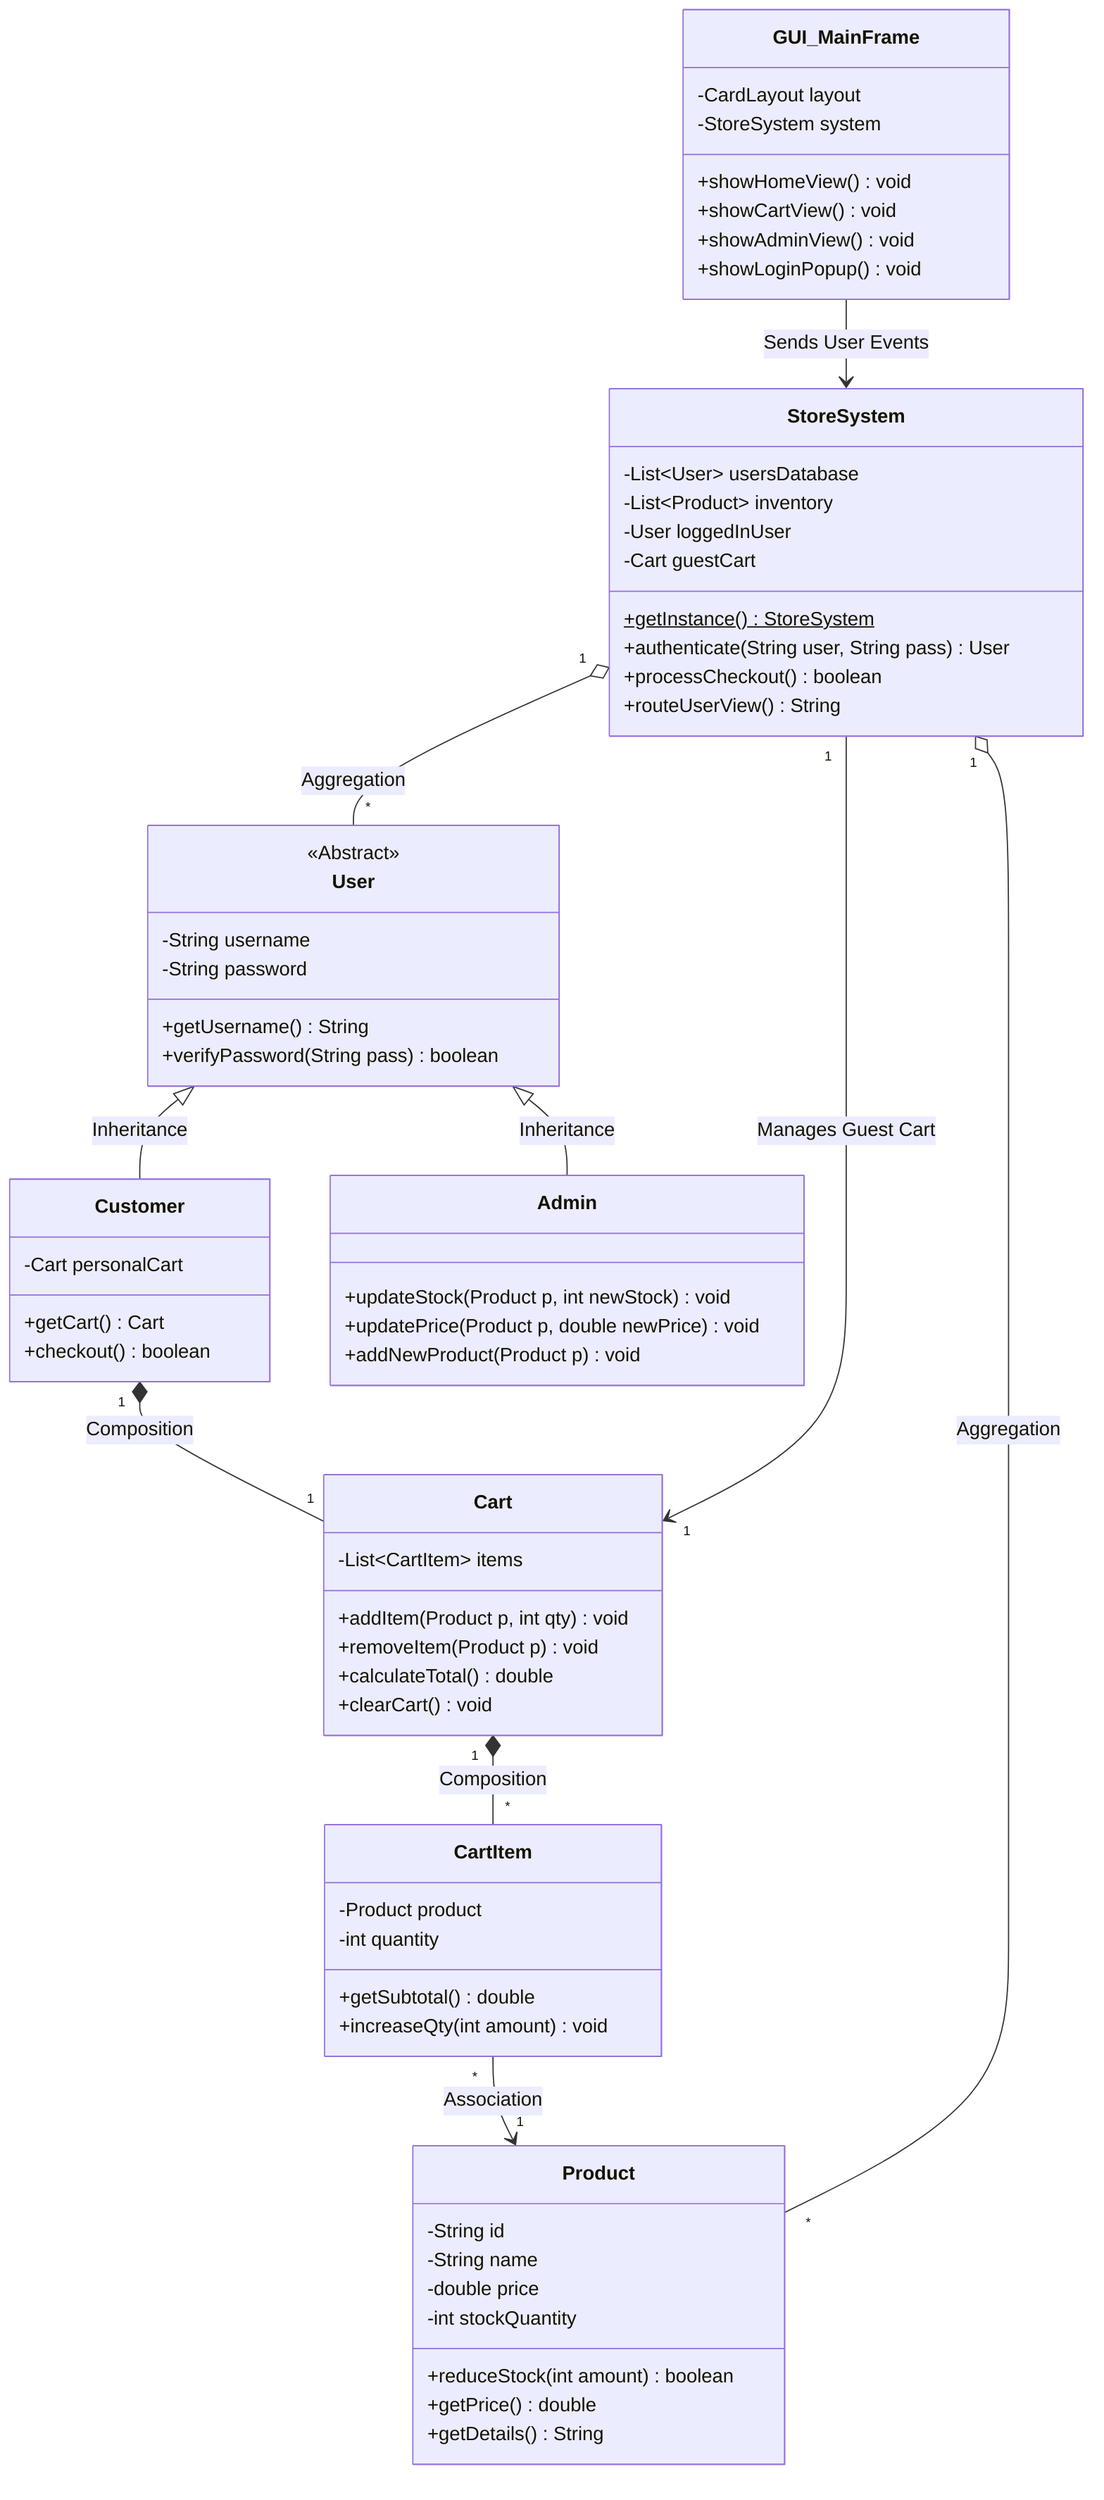
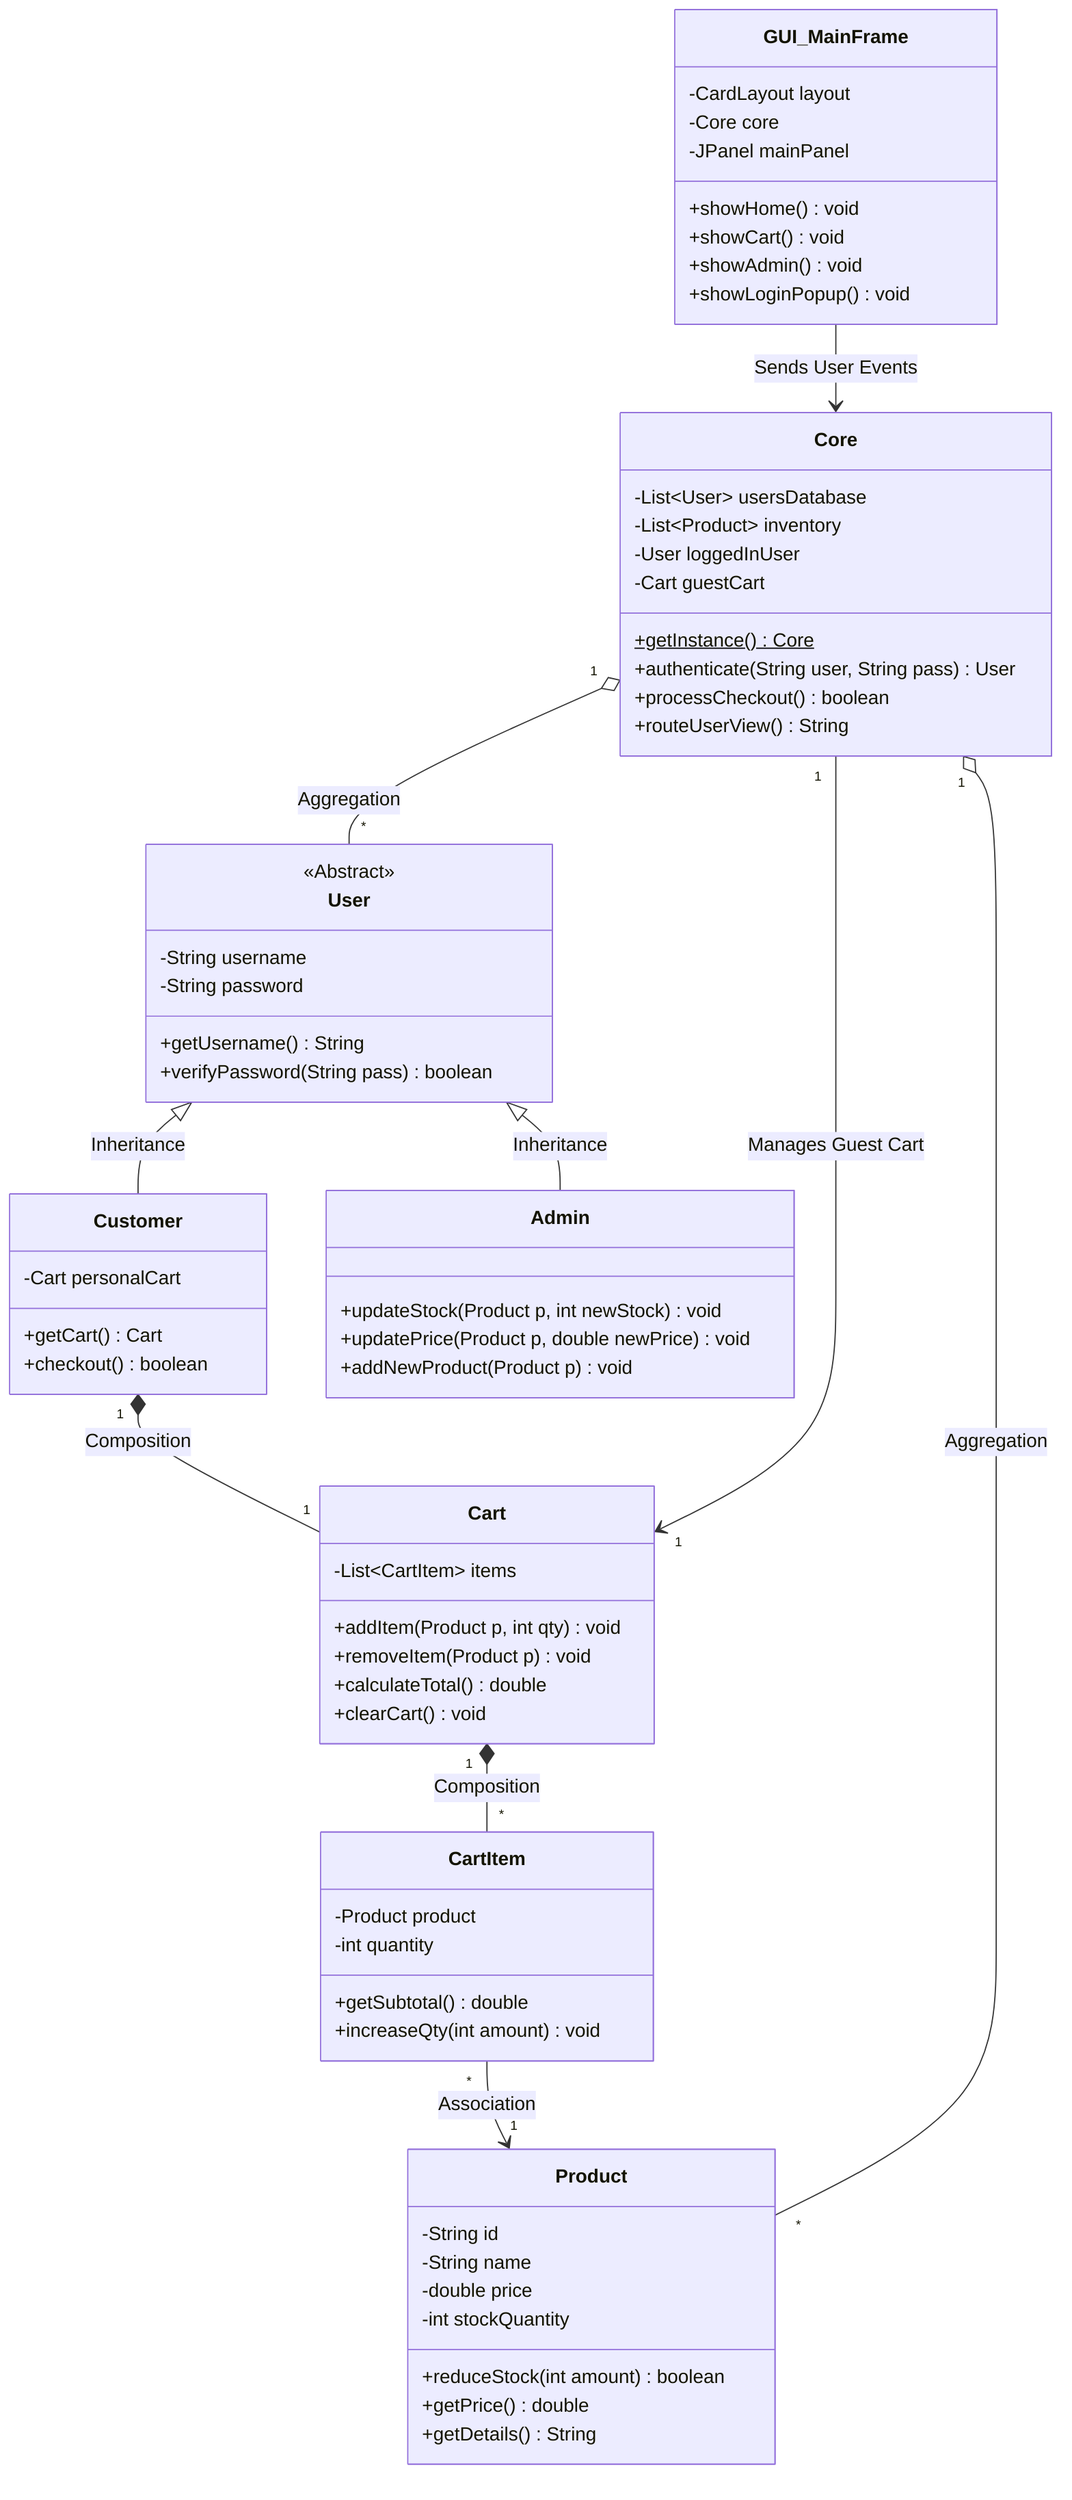
classDiagram
    %% Relationships & Connectors
    User <|-- Customer : Inheritance
    User <|-- Admin : Inheritance

    Customer "1" *-- "1" Cart : Composition
    Cart "1" *-- "*" CartItem : Composition
    CartItem "*" --> "1" Product : Association

-     StoreSystem "1" o-- "*" User : Aggregation
-     StoreSystem "1" o-- "*" Product : Aggregation
-     StoreSystem "1" --> "1" Cart : Manages Guest Cart
+     Core "1" o-- "*" User : Aggregation
+     Core "1" o-- "*" Product : Aggregation
+     Core "1" --> "1" Cart : Manages Guest Cart

    %% Base User Class
    class User {
        <<Abstract>>
        -String username
        -String password
        +getUsername() String
        +verifyPassword(String pass) boolean
    }

    %% Child Classes
    class Customer {
        -Cart personalCart
        +getCart() Cart
        +checkout() boolean
    }

    class Admin {
        +updateStock(Product p, int newStock) void
        +updatePrice(Product p, double newPrice) void
        +addNewProduct(Product p) void
    }

    %% Product & Cart Classes
    class Product {
        -String id
        -String name
        -double price
        -int stockQuantity
        +reduceStock(int amount) boolean
        +getPrice() double
        +getDetails() String
    }

    class Cart {
        -List~CartItem~ items
        +addItem(Product p, int qty) void
        +removeItem(Product p) void
        +calculateTotal() double
        +clearCart() void
    }

    class CartItem {
        -Product product
        -int quantity
        +getSubtotal() double
        +increaseQty(int amount) void
    }

    %% The Main Controller (Singleton)
-     class StoreSystem {
+     class Core {
        -List~User~ usersDatabase
        -List~Product~ inventory
        -User loggedInUser
        -Cart guestCart
-         +getInstance() StoreSystem$
+         +getInstance() Core$
        +authenticate(String user, String pass) User
        +processCheckout() boolean
        +routeUserView() String
    }

    %% UI Representation (Optional in pure data UML, but helpful)
    class GUI_MainFrame {
        -CardLayout layout
-         -StoreSystem system
-         +showHomeView() void
-         +showCartView() void
-         +showAdminView() void
+         -Core core
+         -JPanel mainPanel
+         +showHome() void
+         +showCart() void
+         +showAdmin() void
        +showLoginPopup() void
    }

-     GUI_MainFrame --> StoreSystem : Sends User Events+     GUI_MainFrame --> Core : Sends User Events